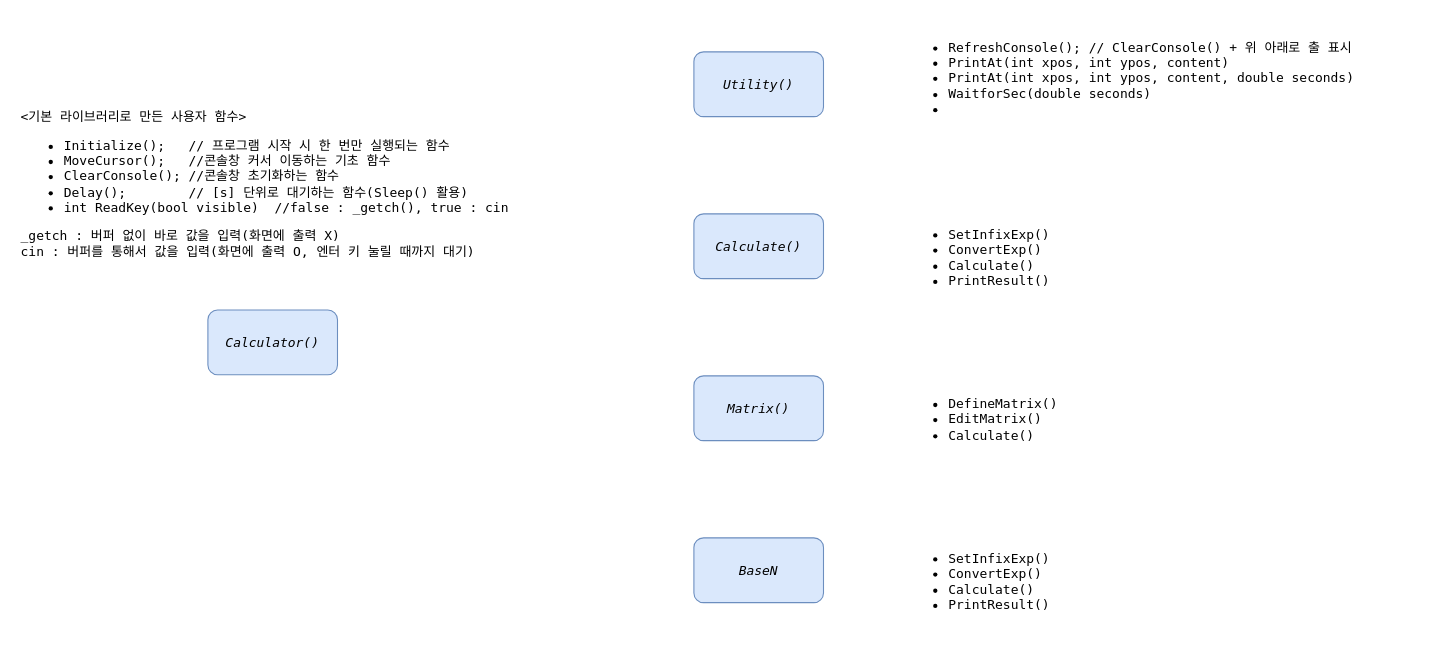
Before: Class hierarchy.drawio in vimpelican/project-introduction-to-programming-2, a draw.io diagram. Source tidied: cells renumbered, new cells numbered last; positions are measured from the earlier drawing's top-left corner, leaving out a move shared by most shapes. Both pictures are drawn from the tidied source at 108%, with x=0, y=0 at pixel (18, 24).
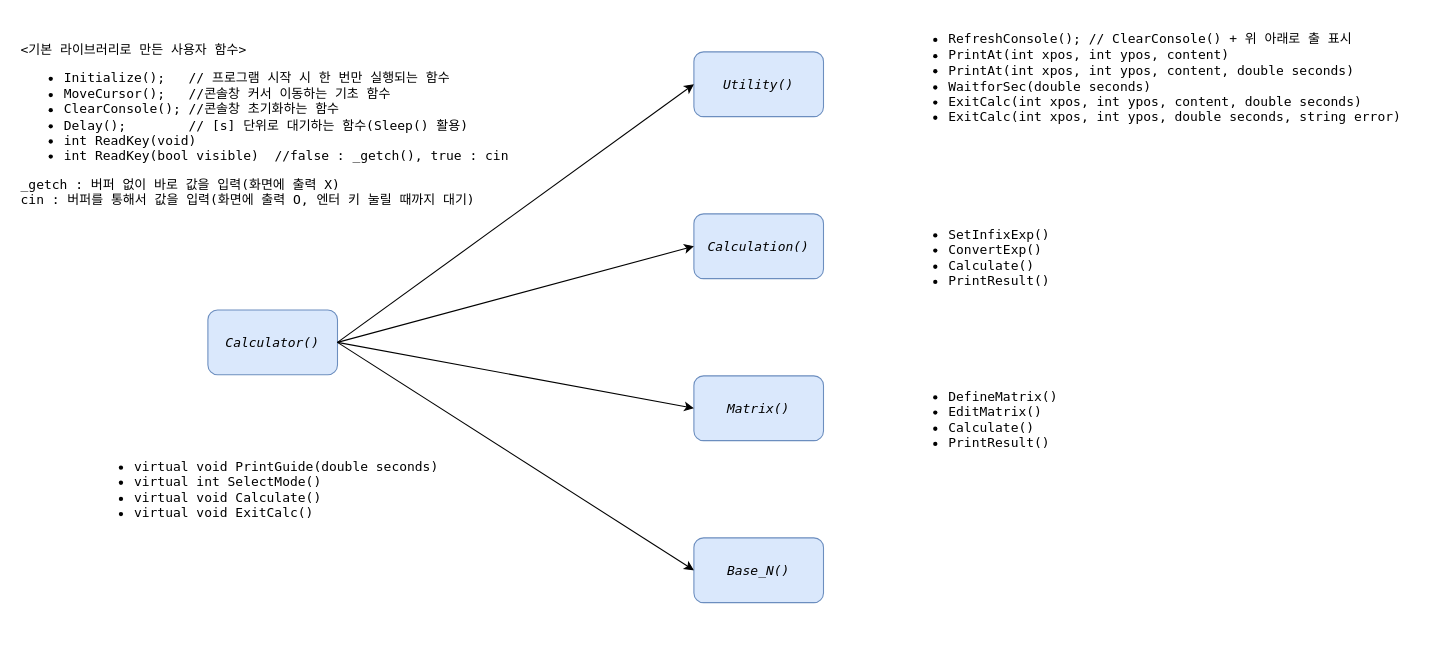
The same diagram, later.

What changed in the source:
```diff
@@
 <mxGraphModel>
   <root>
     <mxCell id="0" />
     <mxCell id="1" parent="0" />
     <mxCell id="2" value="Calculator()" style="rounded=1;whiteSpace=wrap;html=1;fillColor=#dae8fc;strokeColor=#6c8ebf;fontFamily=Lucida Console;fontStyle=2;" parent="1" vertex="1">
       <mxGeometry x="175" y="264.5" width="120" height="60" as="geometry" />
     </mxCell>
     <mxCell id="3" value="Utility()" style="rounded=1;whiteSpace=wrap;html=1;fillColor=#dae8fc;strokeColor=#6c8ebf;fontFamily=Lucida Console;fontStyle=2;" parent="1" vertex="1">
       <mxGeometry x="625" y="25.5" width="120" height="60" as="geometry" />
     </mxCell>
     <mxCell id="4" value="Matrix()" style="rounded=1;whiteSpace=wrap;html=1;fillColor=#dae8fc;strokeColor=#6c8ebf;fontFamily=Lucida Console;fontStyle=2;" parent="1" vertex="1">
       <mxGeometry x="625" y="325.5" width="120" height="60" as="geometry" />
     </mxCell>
-    <mxCell id="5" value="Calculate()" style="rounded=1;whiteSpace=wrap;html=1;fillColor=#dae8fc;strokeColor=#6c8ebf;fontFamily=Lucida Console;fontStyle=2;" parent="1" vertex="1">
+    <mxCell id="5" value="Calculation()" style="rounded=1;whiteSpace=wrap;html=1;fillColor=#dae8fc;strokeColor=#6c8ebf;fontFamily=Lucida Console;fontStyle=2;" parent="1" vertex="1">
       <mxGeometry x="625" y="175.5" width="120" height="60" as="geometry" />
     </mxCell>
-    <mxCell id="6" value="BaseN" style="rounded=1;whiteSpace=wrap;html=1;fillColor=#dae8fc;strokeColor=#6c8ebf;fontFamily=Lucida Console;fontStyle=2;" parent="1" vertex="1">
+    <mxCell id="6" value="Base_N()" style="rounded=1;whiteSpace=wrap;html=1;fillColor=#dae8fc;strokeColor=#6c8ebf;fontFamily=Lucida Console;fontStyle=2;" parent="1" vertex="1">
       <mxGeometry x="625" y="475.5" width="120" height="60" as="geometry" />
     </mxCell>
-    <mxCell id="7" value="&lt;div&gt;&lt;/div&gt;&lt;div&gt;&lt;br&gt;&lt;/div&gt;&lt;span&gt;&amp;lt;기본 라이브러리로 만든 사용자 함수&amp;gt;&lt;/span&gt;&lt;br&gt;&lt;ul&gt;&lt;li&gt;&lt;span&gt;Initialize();&amp;nbsp; &amp;nbsp;// 프로그램 시작 시 한 번만 실행되는 함수&lt;/span&gt;&lt;/li&gt;&lt;li&gt;&lt;span&gt;MoveCursor();&amp;nbsp; &amp;nbsp;//콘솔창 커서 이동하는 기초 함수&lt;/span&gt;&lt;/li&gt;&lt;li&gt;&lt;span&gt;ClearConsole(); //콘솔창 초기화하는 함수&lt;/span&gt;&lt;/li&gt;&lt;li&gt;&lt;span&gt;Delay();&amp;nbsp; &amp;nbsp; &amp;nbsp; &amp;nbsp; // [s] 단위로 대기하는 함수(Sleep() 활용)&lt;/span&gt;&lt;/li&gt;&lt;li&gt;int ReadKey(bool visible)&amp;nbsp; //false : _getch(), true : cin&lt;/li&gt;&lt;/ul&gt;_getch : 버퍼 없이 바로 값을 입력(화면에 출력 X)&lt;br&gt;cin : 버퍼를 통해서 값을 입력(화면에 출력 O, 엔터 키 눌릴 때까지 대기)&lt;br&gt;" style="text;html=1;align=left;verticalAlign=middle;fontFamily=Lucida Console;fontStyle=0;" parent="1" vertex="1">
-      <mxGeometry y="60.5" width="470" height="160" as="geometry" />
+    <mxCell id="7" value="&lt;div&gt;&lt;/div&gt;&lt;div&gt;&lt;br&gt;&lt;/div&gt;&lt;span&gt;&amp;lt;기본 라이브러리로 만든 사용자 함수&amp;gt;&lt;/span&gt;&lt;br&gt;&lt;ul&gt;&lt;li&gt;&lt;span&gt;Initialize();&amp;nbsp; &amp;nbsp;// 프로그램 시작 시 한 번만 실행되는 함수&lt;/span&gt;&lt;/li&gt;&lt;li&gt;&lt;span&gt;MoveCursor();&amp;nbsp; &amp;nbsp;//콘솔창 커서 이동하는 기초 함수&lt;/span&gt;&lt;/li&gt;&lt;li&gt;&lt;span&gt;ClearConsole(); //콘솔창 초기화하는 함수&lt;/span&gt;&lt;/li&gt;&lt;li&gt;&lt;span&gt;Delay();&amp;nbsp; &amp;nbsp; &amp;nbsp; &amp;nbsp; // [s] 단위로 대기하는 함수(Sleep() 활용)&lt;/span&gt;&lt;/li&gt;&lt;li&gt;&lt;span&gt;int ReadKey(void)&lt;/span&gt;&lt;/li&gt;&lt;li&gt;int ReadKey(bool visible)&amp;nbsp; //false : _getch(), true : cin&lt;/li&gt;&lt;/ul&gt;_getch : 버퍼 없이 바로 값을 입력(화면에 출력 X)&lt;br&gt;cin : 버퍼를 통해서 값을 입력(화면에 출력 O, 엔터 키 눌릴 때까지 대기)" style="text;html=1;align=left;verticalAlign=middle;fontFamily=Lucida Console;fontStyle=0;" parent="1" vertex="1">
+      <mxGeometry y="0.5" width="470" height="170" as="geometry" />
     </mxCell>
-    <mxCell id="8" value="&lt;ul&gt;&lt;li&gt;RefreshConsole(); // ClearConsole() + 위 아래로 출 표시&lt;/li&gt;&lt;li&gt;PrintAt(int xpos, int ypos, content)&lt;/li&gt;&lt;li&gt;PrintAt(int xpos, int ypos, content, double seconds)&lt;/li&gt;&lt;li&gt;WaitforSec(double seconds)&lt;/li&gt;&lt;li&gt;&lt;br&gt;&lt;/li&gt;&lt;/ul&gt;" style="text;html=1;align=left;verticalAlign=middle;fontFamily=Lucida Console;" parent="1" vertex="1">
-      <mxGeometry x="819" width="440" height="100" as="geometry" />
+    <mxCell id="8" value="&lt;ul&gt;&lt;li&gt;RefreshConsole(); // ClearConsole() + 위 아래로 출 표시&lt;/li&gt;&lt;li&gt;PrintAt(int xpos, int ypos, content)&lt;/li&gt;&lt;li&gt;PrintAt(int xpos, int ypos, content, double seconds)&lt;/li&gt;&lt;li&gt;WaitforSec(double seconds)&lt;/li&gt;&lt;li&gt;ExitCalc(int xpos, int ypos, content, double seconds)&lt;/li&gt;&lt;li&gt;ExitCalc(int xpos, int ypos, double seconds, string error)&lt;/li&gt;&lt;/ul&gt;" style="text;html=1;align=left;verticalAlign=middle;fontFamily=Lucida Console;" parent="1" vertex="1">
+      <mxGeometry x="819" y="-5" width="470" height="110" as="geometry" />
     </mxCell>
     <mxCell id="9" value="&lt;ul&gt;&lt;li&gt;SetInfixExp()&lt;br&gt;&lt;/li&gt;&lt;li&gt;ConvertExp()&lt;/li&gt;&lt;li&gt;Calculate()&lt;/li&gt;&lt;li&gt;PrintResult()&lt;/li&gt;&lt;/ul&gt;" style="text;html=1;align=left;verticalAlign=middle;fontFamily=Lucida Console;" parent="1" vertex="1">
       <mxGeometry x="819" y="170.5" width="150" height="90" as="geometry" />
     </mxCell>
-    <mxCell id="10" value="&lt;ul&gt;&lt;li&gt;DefineMatrix()&lt;/li&gt;&lt;li&gt;EditMatrix()&lt;/li&gt;&lt;li&gt;Calculate()&lt;/li&gt;&lt;/ul&gt;" style="text;html=1;align=left;verticalAlign=middle;fontFamily=Lucida Console;" parent="1" vertex="1">
-      <mxGeometry x="819" y="330.5" width="160" height="70" as="geometry" />
+    <mxCell id="10" value="&lt;ul&gt;&lt;li&gt;DefineMatrix()&lt;/li&gt;&lt;li&gt;EditMatrix()&lt;/li&gt;&lt;li&gt;Calculate()&lt;/li&gt;&lt;li&gt;PrintResult()&lt;/li&gt;&lt;/ul&gt;" style="text;html=1;align=left;verticalAlign=middle;fontFamily=Lucida Console;" parent="1" vertex="1">
+      <mxGeometry x="819" y="320.5" width="160" height="90" as="geometry" />
     </mxCell>
-    <mxCell id="11" value="&lt;ul&gt;&lt;li&gt;SetInfixExp()&lt;br&gt;&lt;/li&gt;&lt;li&gt;ConvertExp()&lt;/li&gt;&lt;li&gt;Calculate()&lt;/li&gt;&lt;li&gt;PrintResult()&lt;/li&gt;&lt;/ul&gt;" style="text;html=1;align=left;verticalAlign=middle;fontFamily=Lucida Console;" parent="1" vertex="1">
-      <mxGeometry x="819" y="470.5" width="150" height="90" as="geometry" />
-    </mxCell>
+    <mxCell id="12" value="&lt;ul&gt;&lt;li&gt;virtual void PrintGuide(double seconds)&lt;/li&gt;&lt;li&gt;virtual int SelectMode()&lt;/li&gt;&lt;li&gt;virtual void Calculate()&lt;/li&gt;&lt;li&gt;virtual void ExitCalc()&lt;/li&gt;&lt;/ul&gt;" style="text;html=1;align=left;verticalAlign=middle;fontFamily=Lucida Console;" parent="1" vertex="1">
+      <mxGeometry x="65" y="385.5" width="340" height="90" as="geometry" />
+    </mxCell>
+    <mxCell id="13" style="endArrow=classic;html=1;fontFamily=Lucida Console;entryX=0;entryY=0.5;entryDx=0;entryDy=0;exitX=1;exitY=0.5;exitDx=0;exitDy=0;" parent="1" edge="1" source="2" target="3">
+      <mxGeometry relative="1" as="geometry" />
+    </mxCell>
+    <mxCell id="14" style="endArrow=classic;html=1;fontFamily=Lucida Console;entryX=0;entryY=0.5;entryDx=0;entryDy=0;exitX=1;exitY=0.5;exitDx=0;exitDy=0;" parent="1" edge="1" source="2" target="5">
+      <mxGeometry relative="1" as="geometry" />
+    </mxCell>
+    <mxCell id="15" style="endArrow=classic;html=1;fontFamily=Lucida Console;entryX=0;entryY=0.5;entryDx=0;entryDy=0;exitX=1;exitY=0.5;exitDx=0;exitDy=0;" parent="1" edge="1" source="2" target="4">
+      <mxGeometry relative="1" as="geometry" />
+    </mxCell>
+    <mxCell id="16" style="endArrow=classic;html=1;fontFamily=Lucida Console;entryX=0;entryY=0.5;entryDx=0;entryDy=0;exitX=1;exitY=0.5;exitDx=0;exitDy=0;" parent="1" edge="1" source="2" target="6">
+      <mxGeometry relative="1" as="geometry" />
+    </mxCell>
   </root>
 </mxGraphModel>
```
